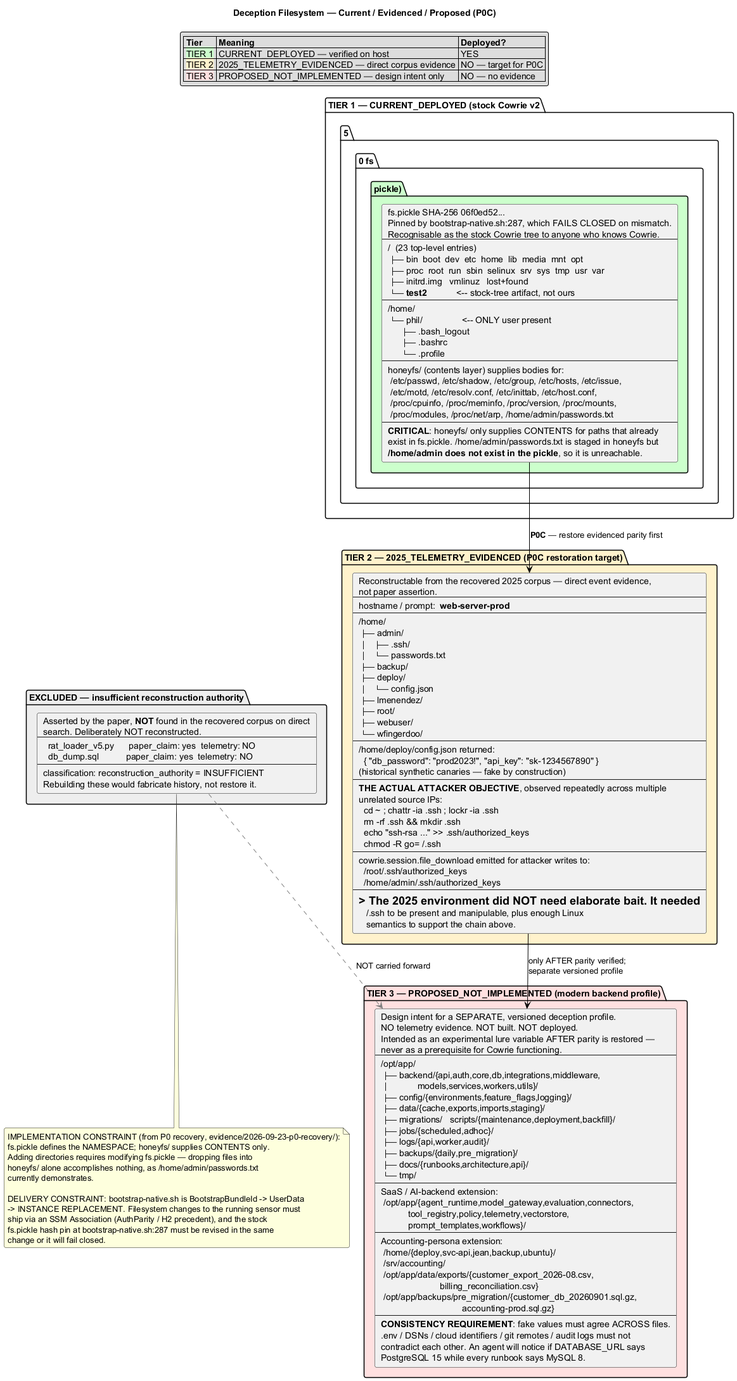
Before: docs/diagrams/deception-filesystem-P0C-TARGET.png, a diagram exported from PlantUML (DadOpsMateoMaddox/Swarm-Kill-Chain-Medium_Interaction_CowriePot_Control_Deployment). Source of this version:
```plantuml
@startuml deception-filesystem-P0C-TARGET

title Deception Filesystem — Current / Evidenced / Proposed (P0C)

skinparam defaultTextAlignment left
skinparam roundcorner 6

legend top
  |= Tier |= Meaning |= Deployed? |
  | <back:#CCFFCC>TIER 1</back> | CURRENT_DEPLOYED — verified on host | YES |
  | <back:#FFF2CC>TIER 2</back> | 2025_TELEMETRY_EVIDENCED — direct corpus evidence | NO — target for P0C |
  | <back:#FFE0E0>TIER 3</back> | PROPOSED_NOT_IMPLEMENTED — design intent only | NO — no evidence |
endlegend

package "TIER 1 — CURRENT_DEPLOYED (stock Cowrie v2.5.0 fs.pickle)" #CCFFCC {
  card current [
  fs.pickle SHA-256 06f0ed52...
  Pinned by bootstrap-native.sh:287, which FAILS CLOSED on mismatch.
  Recognisable as the stock Cowrie tree to anyone who knows Cowrie.
  ----
  /  (23 top-level entries)
   ├── bin  boot  dev  etc  home  lib  media  mnt  opt
   ├── proc  root  run  sbin  selinux  srv  sys  tmp  usr  var
   ├── initrd.img   vmlinuz   lost+found
   └── **test2**            <-- stock-tree artifact, not ours
  ----
  /home/
   └── phil/                <-- ONLY user present
        ├── .bash_logout
        ├── .bashrc
        └── .profile
  ----
  honeyfs/ (contents layer) supplies bodies for:
   /etc/passwd, /etc/shadow, /etc/group, /etc/hosts, /etc/issue,
   /etc/motd, /etc/resolv.conf, /etc/inittab, /etc/host.conf,
   /proc/cpuinfo, /proc/meminfo, /proc/version, /proc/mounts,
   /proc/modules, /proc/net/arp, /home/admin/passwords.txt
  ----
  **CRITICAL**: honeyfs/ only supplies CONTENTS for paths that already
  exist in fs.pickle. /home/admin/passwords.txt is staged in honeyfs but
  **/home/admin does not exist in the pickle**, so it is unreachable.
  ]
}

package "TIER 2 — 2025_TELEMETRY_EVIDENCED (P0C restoration target)" #FFF2CC {
  card evidenced [
  Reconstructable from the recovered 2025 corpus — direct event evidence,
  not paper assertion.
  ----
  hostname / prompt:  **web-server-prod**
  ----
  /home/
   ├── admin/
   │    ├── .ssh/
   │    └── passwords.txt
   ├── backup/
   ├── deploy/
   │    └── config.json
   ├── lmenendez/
   ├── root/
   ├── webuser/
   └── wfingerdoo/
  ----
  /home/deploy/config.json returned:
    { "db_password": "prod2023!", "api_key": "sk-1234567890" }
  (historical synthetic canaries — fake by construction)
  ----
  **THE ACTUAL ATTACKER OBJECTIVE**, observed repeatedly across multiple
  unrelated source IPs:
    cd ~ ; chattr -ia .ssh ; lockr -ia .ssh
    rm -rf .ssh && mkdir .ssh
    echo "ssh-rsa ..." >> .ssh/authorized_keys
    chmod -R go= ~/.ssh
  ----
  cowrie.session.file_download emitted for attacker writes to:
    /root/.ssh/authorized_keys
    /home/admin/.ssh/authorized_keys
  ----
  => The 2025 environment did NOT need elaborate bait. It needed
     ~/.ssh to be present and manipulable, plus enough Linux
     semantics to support the chain above.
  ]
}

package "TIER 3 — PROPOSED_NOT_IMPLEMENTED (modern backend profile)" #FFE0E0 {
  card proposed [
  Design intent for a SEPARATE, versioned deception profile.
  NO telemetry evidence. NOT built. NOT deployed.
  Intended as an experimental lure variable AFTER parity is restored —
  never as a prerequisite for Cowrie functioning.
  ----
  /opt/app/
   ├── backend/{api,auth,core,db,integrations,middleware,
   │            models,services,workers,utils}/
   ├── config/{environments,feature_flags,logging}/
   ├── data/{cache,exports,imports,staging}/
   ├── migrations/   scripts/{maintenance,deployment,backfill}/
   ├── jobs/{scheduled,adhoc}/
   ├── logs/{api,worker,audit}/
   ├── backups/{daily,pre_migration}/
   ├── docs/{runbooks,architecture,api}/
   └── tmp/
  ----
  SaaS / AI-backend extension:
   /opt/app/{agent_runtime,model_gateway,evaluation,connectors,
             tool_registry,policy,telemetry,vectorstore,
             prompt_templates,workflows}/
  ----
  Accounting-persona extension:
   /home/{deploy,svc-api,jean,backup,ubuntu}/
   /srv/accounting/
   /opt/app/data/exports/{customer_export_2026-08.csv,
                          billing_reconciliation.csv}
   /opt/app/backups/pre_migration/{customer_db_20260901.sql.gz,
                                   accounting-prod.sql.gz}
  ----
  **CONSISTENCY REQUIREMENT**: fake values must agree ACROSS files.
  .env / DSNs / cloud identifiers / git remotes / audit logs must not
  contradict each other. An agent will notice if DATABASE_URL says
  PostgreSQL 15 while every runbook says MySQL 8.
  ]
}

package "EXCLUDED — insufficient reconstruction authority" #EEEEEE {
  card excluded [
  Asserted by the paper, **NOT** found in the recovered corpus on direct
  search. Deliberately NOT reconstructed.
  ----
    rat_loader_v5.py      paper_claim: yes  telemetry: NO
    db_dump.sql           paper_claim: yes  telemetry: NO
  ----
  classification: reconstruction_authority = INSUFFICIENT
  Rebuilding these would fabricate history, not restore it.
  ]
}

current -[#black]-> evidenced : **P0C** — restore evidenced parity first
evidenced -[#black]-> proposed : only AFTER parity verified;\nseparate versioned profile
excluded -[#gray,dashed]-> proposed : NOT carried forward

note bottom
  IMPLEMENTATION CONSTRAINT (from P0 recovery, evidence/2026-09-23-p0-recovery/):
  fs.pickle defines the NAMESPACE; honeyfs/ supplies CONTENTS only.
  Adding directories requires modifying fs.pickle — dropping files into
  honeyfs/ alone accomplishes nothing, as /home/admin/passwords.txt
  currently demonstrates.

  DELIVERY CONSTRAINT: bootstrap-native.sh is BootstrapBundleId -> UserData
  -> INSTANCE REPLACEMENT. Filesystem changes to the running sensor must
  ship via an SSM Association (AuthParity / H2 precedent), and the stock
  fs.pickle hash pin at bootstrap-native.sh:287 must be revised in the same
  change or it will fail closed.
end note

@enduml
```
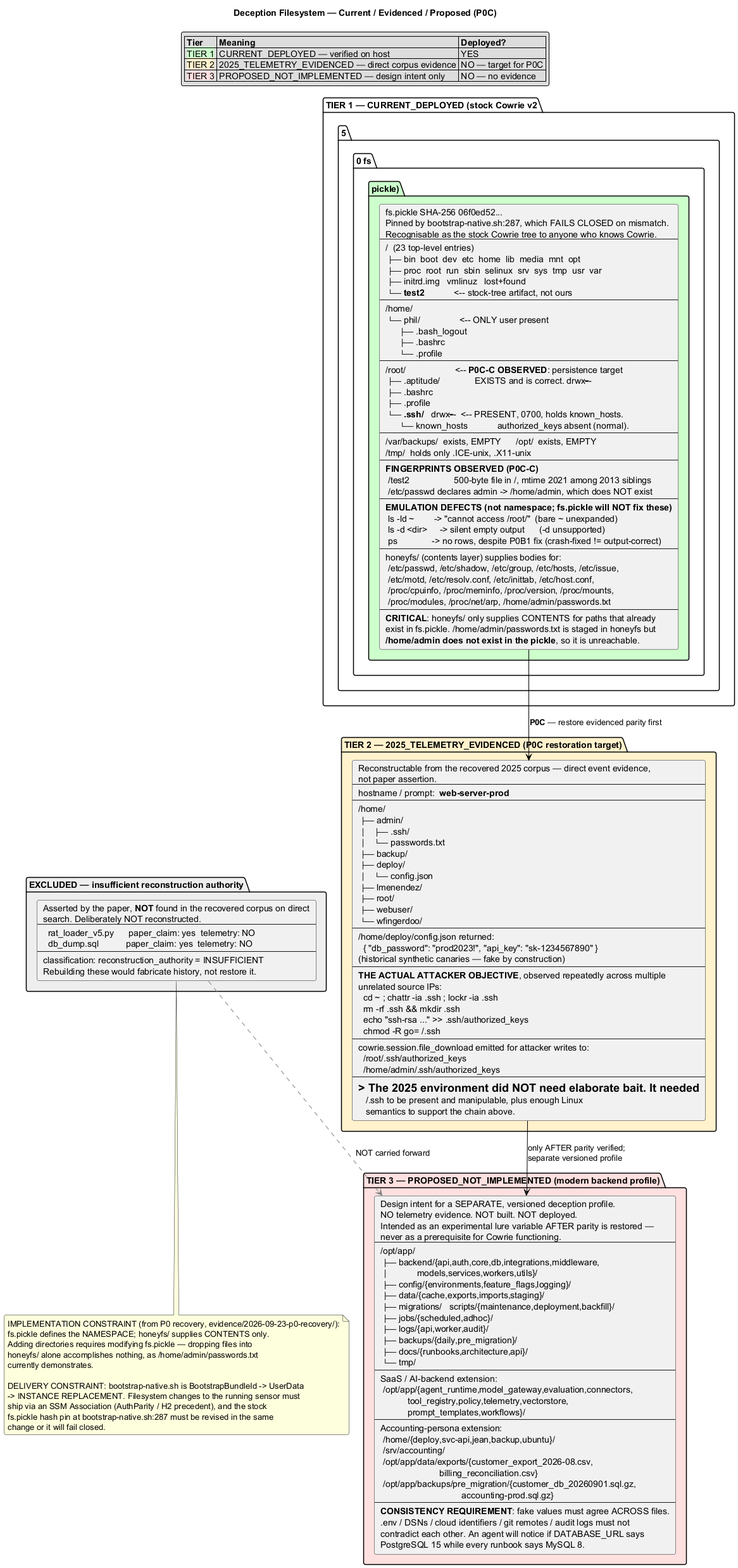
Above is the later version.

What changed in the source:
```diff
@@ -29,6 +29,25 @@
         ├── .bash_logout
         ├── .bashrc
         └── .profile
+  ----
+  /root/                    <-- **P0C-C OBSERVED**: persistence target
+   ├── .aptitude/              EXISTS and is correct. drwx------
+   ├── .bashrc
+   ├── .profile
+   └── **.ssh/**   drwx------  <-- PRESENT, 0700, holds known_hosts.
+        └── known_hosts            authorized_keys absent (normal).
+  ----
+  /var/backups/  exists, EMPTY      /opt/  exists, EMPTY
+  /tmp/  holds only .ICE-unix, .X11-unix
+  ----
+  **FINGERPRINTS OBSERVED (P0C-C)**
+   /test2                  500-byte file in /, mtime 2021 among 2013 siblings
+   /etc/passwd declares admin -> /home/admin, which does NOT exist
+  ----
+  **EMULATION DEFECTS (not namespace; fs.pickle will NOT fix these)**
+   ls -ld ~        -> "cannot access /root/~"  (bare ~ unexpanded)
+   ls -d <dir>     -> silent empty output      (-d unsupported)
+   ps              -> no rows, despite P0B1 fix (crash-fixed != output-correct)
   ----
   honeyfs/ (contents layer) supplies bodies for:
    /etc/passwd, /etc/shadow, /etc/group, /etc/hosts, /etc/issue,
```
